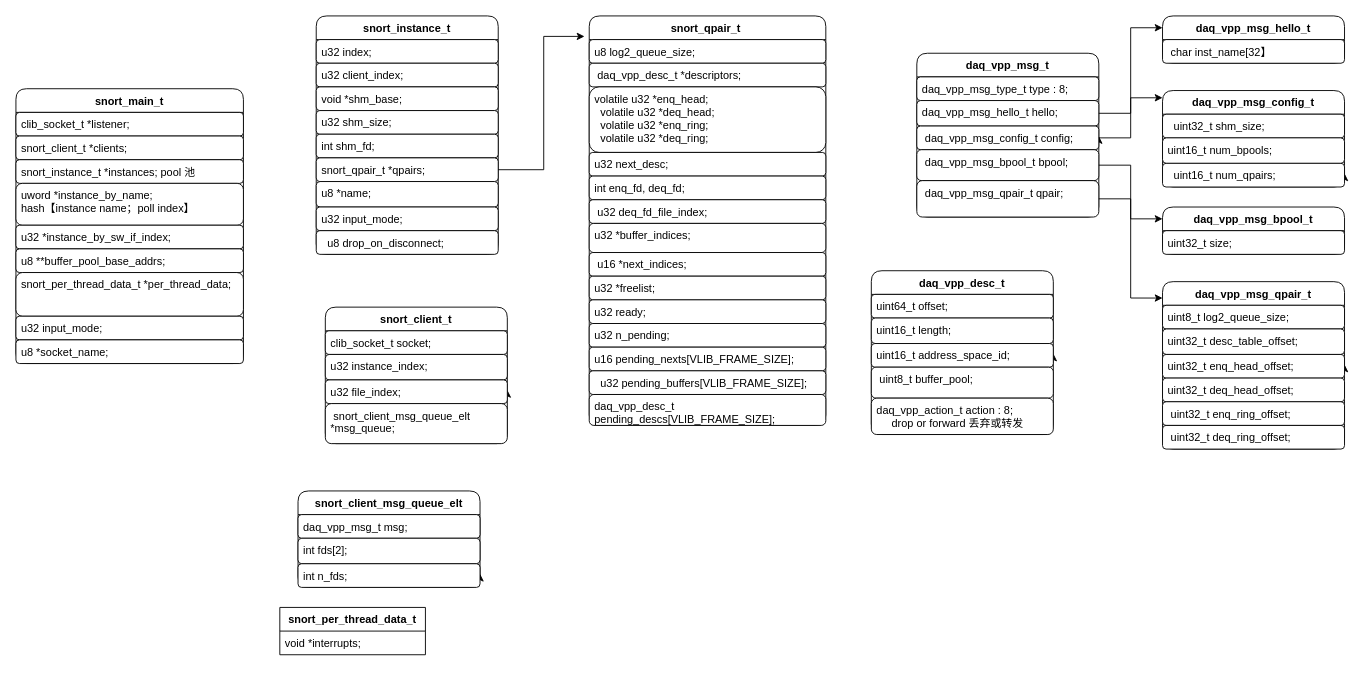
Before: new_map/snort.drawio in jin13417/dpdk-vpp-learning, a draw.io diagram. Source tidied: cells renumbered, new cells numbered last; positions are measured from the earlier drawing's top-left corner, leaving out a move shared by most shapes. Both pictures are drawn from the tidied source at 91%, with x=0, y=0 at pixel (15, 15).
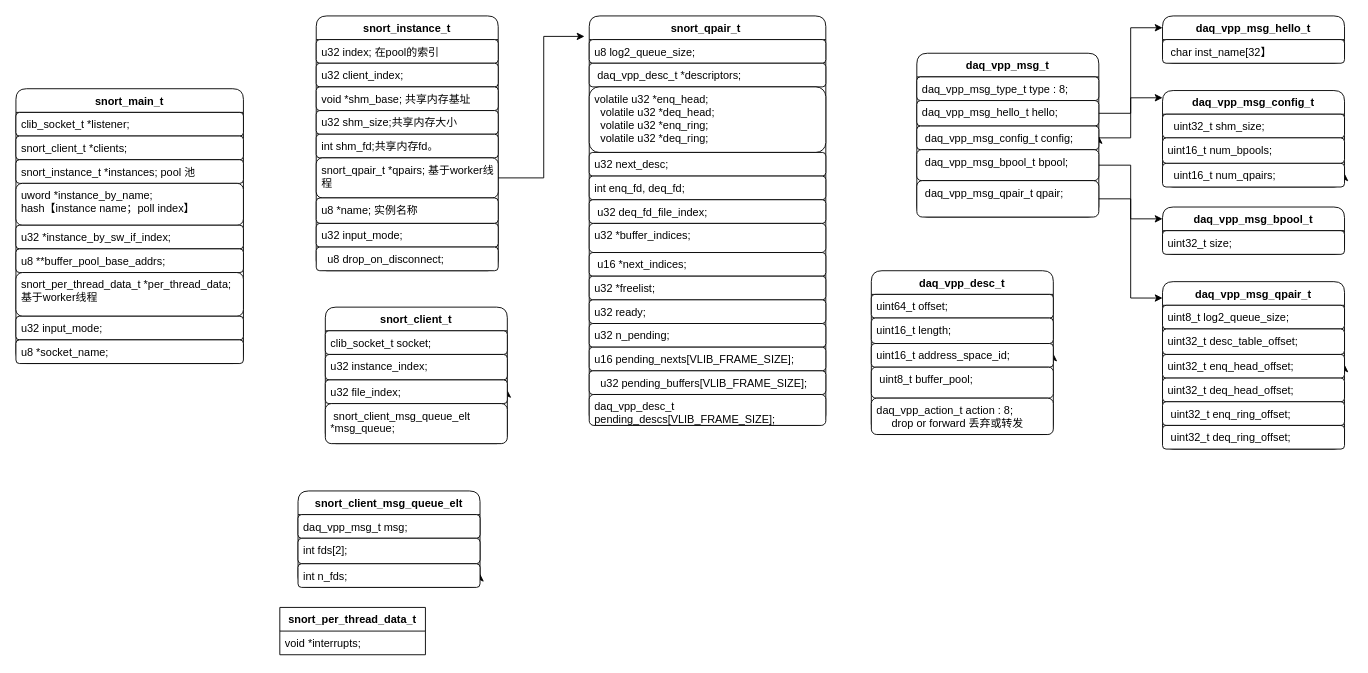
Above is the later version.

Unchanged cells that the change refers to:
```xml
<mxCell id="2" value="snort_main_t" style="swimlane;fontStyle=1;align=center;verticalAlign=top;horizontal=1;startSize=26;whiteSpace=wrap;html=1;rounded=1;" parent="1" vertex="1">
  <mxGeometry y="80" width="250" height="302" as="geometry" />
</mxCell>
```

Change to the diagram source:
```diff
@@
-    <mxCell id="9" value="snort_per_thread_data_t *per_thread_data;" style="text;strokeColor=default;fillColor=default;align=left;verticalAlign=top;spacingLeft=4;spacingRight=4;overflow=hidden;whiteSpace=wrap;html=1;rounded=1;" parent="2" vertex="1">
+    <mxCell id="9" value="snort_per_thread_data_t *per_thread_data;&lt;br&gt;基于worker线程" style="text;strokeColor=default;fillColor=default;align=left;verticalAlign=top;spacingLeft=4;spacingRight=4;overflow=hidden;whiteSpace=wrap;html=1;rounded=1;" parent="2" vertex="1">
       <mxGeometry y="202" width="250" height="48" as="geometry" />
     </mxCell>
@@
     <mxCell id="29" value="snort_instance_t" style="swimlane;fontStyle=1;align=center;verticalAlign=top;horizontal=1;startSize=26;whiteSpace=wrap;html=1;rounded=1;" parent="1" vertex="1">
-      <mxGeometry x="330" width="200" height="262" as="geometry" />
+      <mxGeometry x="330" width="200" height="280" as="geometry" />
     </mxCell>
-    <mxCell id="30" value="u32 index;" style="text;strokeColor=default;fillColor=default;align=left;verticalAlign=top;spacingLeft=4;spacingRight=4;overflow=hidden;whiteSpace=wrap;html=1;rounded=1;" parent="29" vertex="1">
+    <mxCell id="30" value="u32 index; 在pool的索引" style="text;strokeColor=default;fillColor=default;align=left;verticalAlign=top;spacingLeft=4;spacingRight=4;overflow=hidden;whiteSpace=wrap;html=1;rounded=1;" parent="29" vertex="1">
       <mxGeometry y="26" width="200" height="26" as="geometry" />
     </mxCell>
@@
-    <mxCell id="33" value="void *shm_base;" style="text;strokeColor=default;fillColor=default;align=left;verticalAlign=top;spacingLeft=4;spacingRight=4;overflow=hidden;points=[[0,0.5],[1,0.5]];portConstraint=eastwest;whiteSpace=wrap;html=1;rounded=1;" parent="29" vertex="1">
+    <mxCell id="33" value="void *shm_base; 共享内存基址" style="text;strokeColor=default;fillColor=default;align=left;verticalAlign=top;spacingLeft=4;spacingRight=4;overflow=hidden;points=[[0,0.5],[1,0.5]];portConstraint=eastwest;whiteSpace=wrap;html=1;rounded=1;" parent="29" vertex="1">
       <mxGeometry y="78" width="200" height="26" as="geometry" />
     </mxCell>
-    <mxCell id="34" value="u32 shm_size;" style="text;strokeColor=default;fillColor=default;align=left;verticalAlign=top;spacingLeft=4;spacingRight=4;overflow=hidden;whiteSpace=wrap;html=1;rounded=1;" parent="29" vertex="1">
+    <mxCell id="34" value="u32 shm_size;共享内存大小" style="text;strokeColor=default;fillColor=default;align=left;verticalAlign=top;spacingLeft=4;spacingRight=4;overflow=hidden;whiteSpace=wrap;html=1;rounded=1;" parent="29" vertex="1">
       <mxGeometry y="104" width="200" height="26" as="geometry" />
     </mxCell>
-    <mxCell id="35" value="int shm_fd;" style="text;strokeColor=default;fillColor=default;align=left;verticalAlign=top;spacingLeft=4;spacingRight=4;overflow=hidden;whiteSpace=wrap;html=1;rounded=1;" parent="29" vertex="1">
+    <mxCell id="35" value="int shm_fd;共享内存fd。" style="text;strokeColor=default;fillColor=default;align=left;verticalAlign=top;spacingLeft=4;spacingRight=4;overflow=hidden;whiteSpace=wrap;html=1;rounded=1;" parent="29" vertex="1">
       <mxGeometry y="130" width="200" height="26" as="geometry" />
     </mxCell>
-    <mxCell id="36" value="snort_qpair_t *qpairs;" style="text;strokeColor=default;fillColor=default;align=left;verticalAlign=top;spacingLeft=4;spacingRight=4;overflow=hidden;points=[[0,0.5],[1,0.5]];portConstraint=eastwest;whiteSpace=wrap;html=1;rounded=1;" parent="29" vertex="1">
-      <mxGeometry y="156" width="200" height="26" as="geometry" />
+    <mxCell id="36" value="snort_qpair_t *qpairs; 基于worker线程" style="text;strokeColor=default;fillColor=default;align=left;verticalAlign=top;spacingLeft=4;spacingRight=4;overflow=hidden;points=[[0,0.5],[1,0.5]];portConstraint=eastwest;whiteSpace=wrap;html=1;rounded=1;" parent="29" vertex="1">
+      <mxGeometry y="156" width="200" height="44" as="geometry" />
     </mxCell>
-    <mxCell id="37" value="u8 *name;" style="text;strokeColor=default;fillColor=default;align=left;verticalAlign=top;spacingLeft=4;spacingRight=4;overflow=hidden;whiteSpace=wrap;html=1;rounded=1;" parent="29" vertex="1">
-      <mxGeometry y="182" width="200" height="28" as="geometry" />
+    <mxCell id="37" value="u8 *name; 实例名称" style="text;strokeColor=default;fillColor=default;align=left;verticalAlign=top;spacingLeft=4;spacingRight=4;overflow=hidden;whiteSpace=wrap;html=1;rounded=1;" parent="29" vertex="1">
+      <mxGeometry y="200" width="200" height="28" as="geometry" />
     </mxCell>
     <mxCell id="38" value="u32 input_mode;" style="text;strokeColor=default;fillColor=default;align=left;verticalAlign=top;spacingLeft=4;spacingRight=4;overflow=hidden;whiteSpace=wrap;html=1;rounded=1;" parent="29" vertex="1">
-      <mxGeometry y="210" width="200" height="26" as="geometry" />
+      <mxGeometry y="228" width="200" height="26" as="geometry" />
     </mxCell>
-    <mxCell id="39" value="&amp;nbsp; u8 drop_on_disconnect;" style="text;strokeColor=default;fillColor=default;align=left;verticalAlign=top;spacingLeft=4;spacingRight=4;overflow=hidden;whiteSpace=wrap;html=1;rounded=1;" parent="29" vertex="1">
-      <mxGeometry y="236" width="200" height="26" as="geometry" />
+    <mxCell id="39" value="&amp;nbsp; u8 drop_on_disconnect;&amp;nbsp;" style="text;strokeColor=default;fillColor=default;align=left;verticalAlign=top;spacingLeft=4;spacingRight=4;overflow=hidden;whiteSpace=wrap;html=1;rounded=1;" parent="29" vertex="1">
+      <mxGeometry y="254" width="200" height="26" as="geometry" />
     </mxCell>
```
